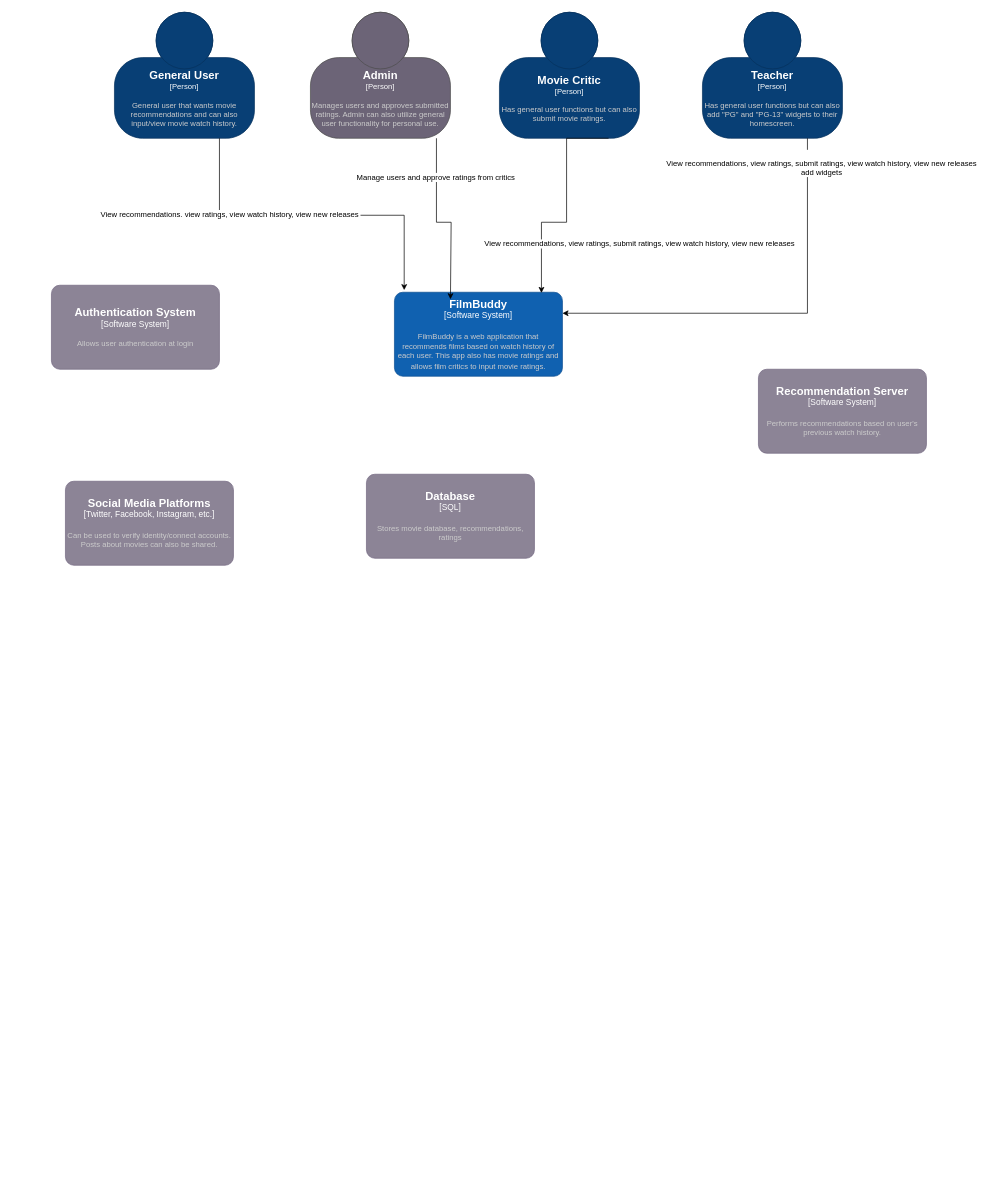
Above: docs/Untitled Diagram.drawio in yaztazz/CYBR8470_FilmBuddy (draw.io), before the change. Source tidied: cells renumbered, new cells numbered last; positions are measured from the earlier drawing's top-left corner, leaving out a move shared by most shapes. Both pictures are drawn from the tidied source at 70%, with x=0, y=0 at pixel (51, 12).
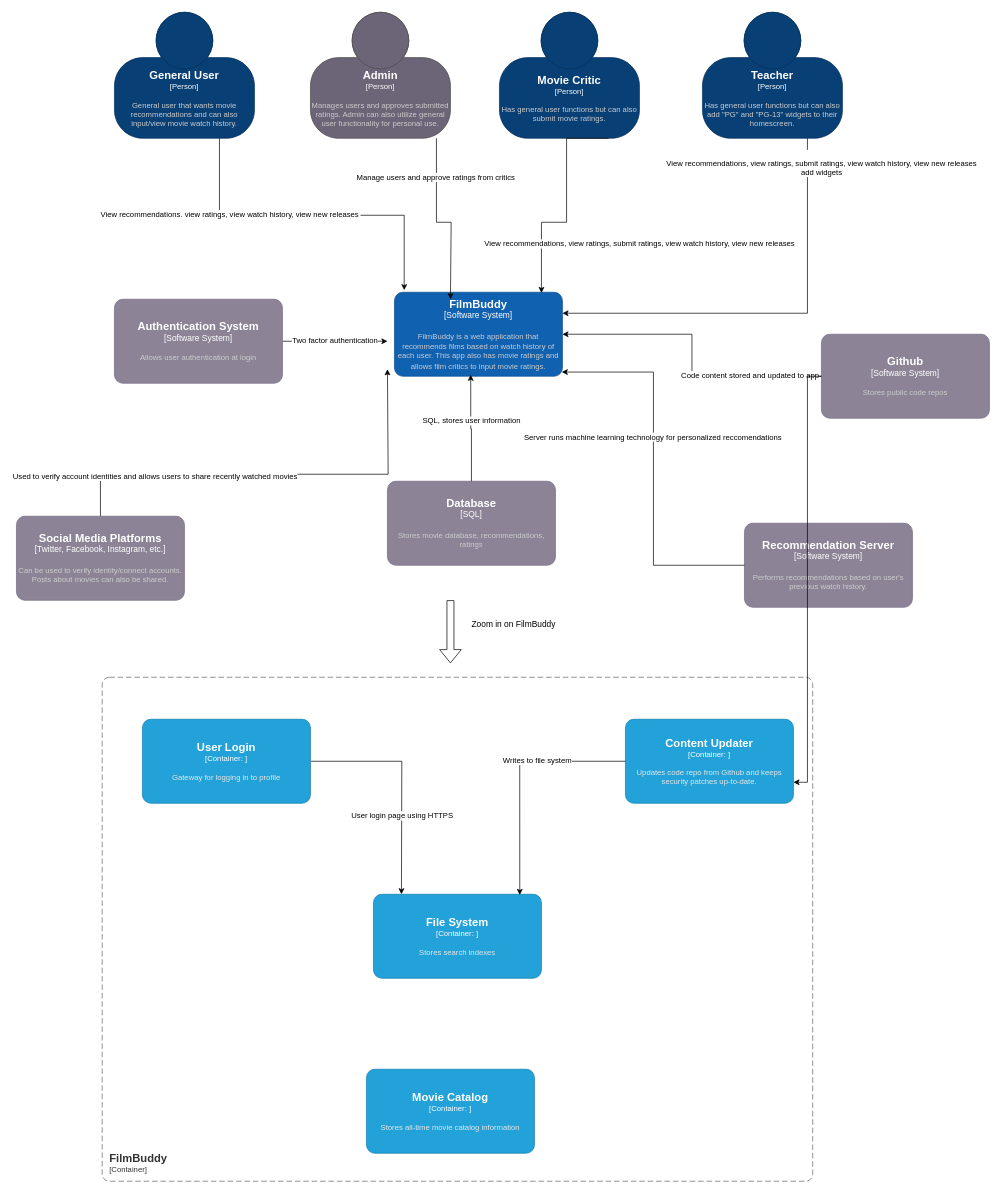
Above is the later version.

The change refers to these unchanged cells:
```xml
<object id="6" label="&lt;font style=&quot;font-size: 16px&quot;&gt;&lt;b&gt;%c4Name%&lt;/b&gt;&lt;/font&gt;&lt;div&gt;[%c4Type%]&lt;/div&gt;&lt;br&gt;&lt;div&gt;&lt;font style=&quot;font-size: 11px&quot;&gt;&lt;font color=&quot;#cccccc&quot;&gt;%c4Description%&lt;/font&gt;&lt;/div&gt;" c4Description="FilmBuddy is a web application that recommends films based on watch history of each user. This app also has movie ratings and allows film critics to input movie ratings. " c4Name="FilmBuddy" c4Type="Software System" placeholders="1">
  <mxCell style="rounded=1;whiteSpace=wrap;html=1;labelBackgroundColor=none;fillColor=#1061B0;fontColor=#ffffff;align=center;arcSize=10;strokeColor=#0D5091;points=[[0.25,0,0],[0.5,0,0],[0.75,0,0],[1,0.25,0],[1,0.5,0],[1,0.75,0],[0.75,1,0],[0.5,1,0],[0.25,1,0],[0,0.75,0],[0,0.5,0],[0,0.25,0]];" parent="1" vertex="1">
    <mxGeometry x="490" y="400" width="240" height="120" as="geometry" />
  </mxCell>
</object>
```

Change to the diagram source:
```diff
@@
+    <mxCell id="18" style="edgeStyle=orthogonalEdgeStyle;rounded=0;jettySize=auto;html=1;" parent="1" edge="1" source="14">
+      <mxGeometry relative="1" as="geometry">
+        <mxPoint x="480" y="470" as="targetPoint" />
+      </mxGeometry>
+    </mxCell>
+    <mxCell id="19" value="Two factor authentication" style="edgeLabel;html=1;align=center;verticalAlign=middle;" parent="18" vertex="1">
+      <mxGeometry x="-0.02" y="2" relative="1" as="geometry" />
+    </mxCell>
     <object id="14" label="&lt;font style=&quot;font-size: 16px&quot;&gt;&lt;b&gt;%c4Name%&lt;/b&gt;&lt;/font&gt;&lt;div&gt;[%c4Type%]&lt;/div&gt;&lt;br&gt;&lt;div&gt;&lt;font style=&quot;font-size: 11px&quot;&gt;&lt;font color=&quot;#cccccc&quot;&gt;%c4Description%&lt;/font&gt;&lt;/div&gt;" c4Description="Allows user authentication at login" c4Name="Authentication System" c4Type="Software System" placeholders="1">
       <mxCell style="rounded=1;whiteSpace=wrap;html=1;labelBackgroundColor=none;fillColor=#8C8496;fontColor=#ffffff;align=center;arcSize=10;strokeColor=#736782;points=[[0.25,0,0],[0.5,0,0],[0.75,0,0],[1,0.25,0],[1,0.5,0],[1,0.75,0],[0.75,1,0],[0.5,1,0],[0.25,1,0],[0,0.75,0],[0,0.5,0],[0,0.25,0]];" parent="1" vertex="1">
-        <mxGeometry y="390" width="240" height="120" as="geometry" />
+        <mxGeometry x="90" y="410" width="240" height="120" as="geometry" />
       </mxCell>
     </object>
+    <mxCell id="20" style="edgeStyle=orthogonalEdgeStyle;rounded=0;jettySize=auto;html=1;" parent="1" edge="1" source="15">
+      <mxGeometry relative="1" as="geometry">
+        <mxPoint x="480" y="510" as="targetPoint" />
+        <Array as="points">
+          <mxPoint x="481" y="660" />
+        </Array>
+      </mxGeometry>
+    </mxCell>
+    <mxCell id="21" value="Used to verify account identities and allows users to share recently watched movies" style="edgeLabel;html=1;align=center;verticalAlign=middle;" parent="20" vertex="1">
+      <mxGeometry x="-0.56" y="-2" relative="1" as="geometry" />
+    </mxCell>
     <object id="15" label="&lt;font style=&quot;font-size: 16px&quot;&gt;&lt;b&gt;%c4Name%&lt;/b&gt;&lt;/font&gt;&lt;div&gt;[%c4Type%]&lt;/div&gt;&lt;br&gt;&lt;div&gt;&lt;font style=&quot;font-size: 11px&quot;&gt;&lt;font color=&quot;#cccccc&quot;&gt;%c4Description%&lt;/font&gt;&lt;/div&gt;" c4Description="Can be used to verify identity/connect accounts. Posts about movies can also be shared. " c4Name="Social Media Platforms" c4Type="Twitter, Facebook, Instagram, etc." placeholders="1">
       <mxCell style="rounded=1;whiteSpace=wrap;html=1;labelBackgroundColor=none;fillColor=#8C8496;fontColor=#ffffff;align=center;arcSize=10;strokeColor=#736782;points=[[0.25,0,0],[0.5,0,0],[0.75,0,0],[1,0.25,0],[1,0.5,0],[1,0.75,0],[0.75,1,0],[0.5,1,0],[0.25,1,0],[0,0.75,0],[0,0.5,0],[0,0.25,0]];" parent="1" vertex="1">
-        <mxGeometry x="20" y="670" width="240" height="120" as="geometry" />
+        <mxGeometry x="-50" y="720" width="240" height="120" as="geometry" />
       </mxCell>
     </object>
     <object id="16" label="&lt;font style=&quot;font-size: 16px&quot;&gt;&lt;b&gt;%c4Name%&lt;/b&gt;&lt;/font&gt;&lt;div&gt;[%c4Type%]&lt;/div&gt;&lt;br&gt;&lt;div&gt;&lt;font style=&quot;font-size: 11px&quot;&gt;&lt;font color=&quot;#cccccc&quot;&gt;%c4Description%&lt;/font&gt;&lt;/div&gt;" c4Description="Stores movie database, recommendations, ratings" c4Name="Database" c4Type="SQL" placeholders="1">
       <mxCell style="rounded=1;whiteSpace=wrap;html=1;labelBackgroundColor=none;fillColor=#8C8496;fontColor=#ffffff;align=center;arcSize=10;strokeColor=#736782;points=[[0.25,0,0],[0.5,0,0],[0.75,0,0],[1,0.25,0],[1,0.5,0],[1,0.75,0],[0.75,1,0],[0.5,1,0],[0.25,1,0],[0,0.75,0],[0,0.5,0],[0,0.25,0]];" parent="1" vertex="1">
-        <mxGeometry x="450" y="660" width="240" height="120" as="geometry" />
+        <mxGeometry x="480" y="670" width="240" height="120" as="geometry" />
       </mxCell>
     </object>
     <object id="17" label="&lt;font style=&quot;font-size: 16px&quot;&gt;&lt;b&gt;%c4Name%&lt;/b&gt;&lt;/font&gt;&lt;div&gt;[%c4Type%]&lt;/div&gt;&lt;br&gt;&lt;div&gt;&lt;font style=&quot;font-size: 11px&quot;&gt;&lt;font color=&quot;#cccccc&quot;&gt;%c4Description%&lt;/font&gt;&lt;/div&gt;" c4Description="Performs recommendations based on user's previous watch history. " c4Name="Recommendation Server" c4Type="Software System" placeholders="1">
       <mxCell style="rounded=1;whiteSpace=wrap;html=1;labelBackgroundColor=none;fillColor=#8C8496;fontColor=#ffffff;align=center;arcSize=10;strokeColor=#736782;points=[[0.25,0,0],[0.5,0,0],[0.75,0,0],[1,0.25,0],[1,0.5,0],[1,0.75,0],[0.75,1,0],[0.5,1,0],[0.25,1,0],[0,0.75,0],[0,0.5,0],[0,0.25,0]];" parent="1" vertex="1">
-        <mxGeometry x="1010" y="510" width="240" height="120" as="geometry" />
+        <mxGeometry x="990" y="730" width="240" height="120" as="geometry" />
       </mxCell>
     </object>
+    <object id="22" label="&lt;font style=&quot;font-size: 16px&quot;&gt;&lt;b&gt;&lt;div style=&quot;text-align: left&quot;&gt;%c4Name%&lt;/div&gt;&lt;/b&gt;&lt;/font&gt;&lt;div style=&quot;text-align: left&quot;&gt;[%c4Application%]&lt;/div&gt;" c4Application="Container" c4Name="FilmBuddy" placeholders="1">
+      <mxCell style="rounded=1;fontSize=11;whiteSpace=wrap;html=1;dashed=1;arcSize=20;fillColor=none;strokeColor=#666666;fontColor=#333333;labelBackgroundColor=none;align=left;verticalAlign=bottom;labelBorderColor=none;spacingTop=0;spacing=10;dashPattern=8 4;perimeter=rectanglePerimeter;noLabel=0;labelPadding=0;absoluteArcSize=1;" parent="1" vertex="1">
+        <mxGeometry x="72.5" y="950" width="1015" height="720" as="geometry" />
+      </mxCell>
+    </object>
+    <mxCell id="23" style="shape=flexArrow;endArrow=classic;html=1;rounded=0;" parent="1" edge="1">
+      <mxGeometry relative="1" as="geometry">
+        <mxPoint x="570" y="840" as="sourcePoint" />
+        <mxPoint x="570" y="930" as="targetPoint" />
+      </mxGeometry>
+    </mxCell>
+    <mxCell id="24" value="Zoom in on FilmBuddy" style="text;html=1;align=center;verticalAlign=middle;strokeColor=none;fillColor=none;" parent="1" vertex="1">
+      <mxGeometry x="590" y="860" width="140" height="30" as="geometry" />
+    </mxCell>
+    <mxCell id="25" style="edgeStyle=orthogonalEdgeStyle;rounded=0;jettySize=auto;html=1;" parent="1" edge="1" source="27">
+      <mxGeometry relative="1" as="geometry">
+        <mxPoint x="500" y="1260" as="targetPoint" />
+      </mxGeometry>
+    </mxCell>
+    <mxCell id="26" value="User login page using HTTPS" style="edgeLabel;html=1;align=center;verticalAlign=middle;" parent="25" vertex="1">
+      <mxGeometry x="0.3" relative="1" as="geometry" />
+    </mxCell>
+    <object id="27" label="&lt;font style=&quot;font-size: 16px&quot;&gt;&lt;b&gt;%c4Name%&lt;/b&gt;&lt;/font&gt;&lt;div&gt;[%c4Type%: %c4Technology%]&lt;/div&gt;&lt;br&gt;&lt;div&gt;&lt;font style=&quot;font-size: 11px&quot;&gt;&lt;font color=&quot;#E6E6E6&quot;&gt;%c4Description%&lt;/font&gt;&lt;/div&gt;" c4Description="Gateway for logging in to profile" c4Name="User Login" c4Technology="" c4Type="Container" placeholders="1">
+      <mxCell style="rounded=1;whiteSpace=wrap;html=1;fontSize=11;labelBackgroundColor=none;fillColor=#23A2D9;fontColor=#ffffff;align=center;arcSize=10;strokeColor=#0E7DAD;points=[[0.25,0,0],[0.5,0,0],[0.75,0,0],[1,0.25,0],[1,0.5,0],[1,0.75,0],[0.75,1,0],[0.5,1,0],[0.25,1,0],[0,0.75,0],[0,0.5,0],[0,0.25,0]];" parent="1" vertex="1">
+        <mxGeometry x="130" y="1010" width="240" height="120" as="geometry" />
+      </mxCell>
+    </object>
+    <object id="28" label="&lt;font style=&quot;font-size: 16px&quot;&gt;&lt;b&gt;%c4Name%&lt;/b&gt;&lt;/font&gt;&lt;div&gt;[%c4Type%: %c4Technology%]&lt;/div&gt;&lt;br&gt;&lt;div&gt;&lt;font style=&quot;font-size: 11px&quot;&gt;&lt;font color=&quot;#E6E6E6&quot;&gt;%c4Description%&lt;/font&gt;&lt;/div&gt;" c4Description="Updates code repo from Github and keeps security patches up-to-date." c4Name="Content Updater" c4Technology="" c4Type="Container" placeholders="1">
+      <mxCell style="rounded=1;whiteSpace=wrap;html=1;fontSize=11;labelBackgroundColor=none;fillColor=#23A2D9;fontColor=#ffffff;align=center;arcSize=10;strokeColor=#0E7DAD;points=[[0.25,0,0],[0.5,0,0],[0.75,0,0],[1,0.25,0],[1,0.5,0],[1,0.75,0],[0.75,1,0],[0.5,1,0],[0.25,1,0],[0,0.75,0],[0,0.5,0],[0,0.25,0]];" parent="1" vertex="1">
+        <mxGeometry x="820" y="1010" width="240" height="120" as="geometry" />
+      </mxCell>
+    </object>
+    <object id="29" label="&lt;font style=&quot;font-size: 16px&quot;&gt;&lt;b&gt;%c4Name%&lt;/b&gt;&lt;/font&gt;&lt;div&gt;[%c4Type%: %c4Technology%]&lt;/div&gt;&lt;br&gt;&lt;div&gt;&lt;font style=&quot;font-size: 11px&quot;&gt;&lt;font color=&quot;#E6E6E6&quot;&gt;%c4Description%&lt;/font&gt;&lt;/div&gt;" c4Description="Stores search indexes" c4Name="File System" c4Technology="" c4Type="Container" placeholders="1">
+      <mxCell style="rounded=1;whiteSpace=wrap;html=1;fontSize=11;labelBackgroundColor=none;fillColor=#23A2D9;fontColor=#ffffff;align=center;arcSize=10;strokeColor=#0E7DAD;points=[[0.25,0,0],[0.5,0,0],[0.75,0,0],[1,0.25,0],[1,0.5,0],[1,0.75,0],[0.75,1,0],[0.5,1,0],[0.25,1,0],[0,0.75,0],[0,0.5,0],[0,0.25,0]];" parent="1" vertex="1">
+        <mxGeometry x="460" y="1260" width="240" height="120" as="geometry" />
+      </mxCell>
+    </object>
+    <object id="30" label="&lt;font style=&quot;font-size: 16px&quot;&gt;&lt;b&gt;%c4Name%&lt;/b&gt;&lt;/font&gt;&lt;div&gt;[%c4Type%: %c4Technology%]&lt;/div&gt;&lt;br&gt;&lt;div&gt;&lt;font style=&quot;font-size: 11px&quot;&gt;&lt;font color=&quot;#E6E6E6&quot;&gt;%c4Description%&lt;/font&gt;&lt;/div&gt;" c4Description="Stores all-time movie catalog information" c4Name="Movie Catalog" c4Technology="" c4Type="Container" placeholders="1">
+      <mxCell style="rounded=1;whiteSpace=wrap;html=1;fontSize=11;labelBackgroundColor=none;fillColor=#23A2D9;fontColor=#ffffff;align=center;arcSize=10;strokeColor=#0E7DAD;" parent="1" vertex="1">
+        <mxGeometry x="450" y="1510" width="240" height="120" as="geometry" />
+      </mxCell>
+    </object>
+    <mxCell id="31" style="edgeStyle=orthogonalEdgeStyle;rounded=0;jettySize=auto;html=1;entryX=0.454;entryY=0.983;entryDx=0;entryDy=0;entryPerimeter=0;" parent="1" edge="1" source="16" target="6">
+      <mxGeometry relative="1" as="geometry" />
+    </mxCell>
+    <mxCell id="32" value="SQL, stores user information" style="edgeLabel;html=1;align=center;verticalAlign=middle;" parent="31" vertex="1">
+      <mxGeometry x="0.14" y="-1" relative="1" as="geometry" />
+    </mxCell>
+    <mxCell id="33" style="edgeStyle=orthogonalEdgeStyle;rounded=0;jettySize=auto;html=1;entryX=0.996;entryY=0.95;entryDx=0;entryDy=0;entryPerimeter=0;" parent="1" edge="1" source="17" target="6">
+      <mxGeometry relative="1" as="geometry" />
+    </mxCell>
+    <mxCell id="34" value="Server runs machine learning technology for personalized reccomendations" style="edgeLabel;html=1;align=center;verticalAlign=middle;" parent="33" vertex="1">
+      <mxGeometry x="0.17" y="2" relative="1" as="geometry" />
+    </mxCell>
+    <mxCell id="35" style="edgeStyle=orthogonalEdgeStyle;rounded=0;jettySize=auto;html=1;entryX=0.871;entryY=0.008;entryDx=0;entryDy=0;entryPerimeter=0;" parent="1" edge="1" source="28" target="29">
+      <mxGeometry relative="1" as="geometry" />
+    </mxCell>
+    <mxCell id="36" value="Writes to file system" style="edgeLabel;html=1;align=center;verticalAlign=middle;" parent="35" vertex="1">
+      <mxGeometry x="-0.26" y="-2" relative="1" as="geometry" />
+    </mxCell>
+    <object id="37" label="&lt;font style=&quot;font-size: 16px&quot;&gt;&lt;b&gt;%c4Name%&lt;/b&gt;&lt;/font&gt;&lt;div&gt;[%c4Type%]&lt;/div&gt;&lt;br&gt;&lt;div&gt;&lt;font style=&quot;font-size: 11px&quot;&gt;&lt;font color=&quot;#cccccc&quot;&gt;%c4Description%&lt;/font&gt;&lt;/div&gt;" c4Description="Stores public code repos" c4Name="Github" c4Type="Software System" placeholders="1">
+      <mxCell style="rounded=1;whiteSpace=wrap;html=1;labelBackgroundColor=none;fillColor=#8C8496;fontColor=#ffffff;align=center;arcSize=10;strokeColor=#736782;points=[[0.25,0,0],[0.5,0,0],[0.75,0,0],[1,0.25,0],[1,0.5,0],[1,0.75,0],[0.75,1,0],[0.5,1,0],[0.25,1,0],[0,0.75,0],[0,0.5,0],[0,0.25,0]];" parent="1" vertex="1">
+        <mxGeometry x="1100" y="460" width="240" height="120" as="geometry" />
+      </mxCell>
+    </object>
+    <mxCell id="38" style="edgeStyle=orthogonalEdgeStyle;rounded=0;jettySize=auto;html=1;entryX=1;entryY=0.5;entryDx=0;entryDy=0;entryPerimeter=0;" parent="1" edge="1" source="37" target="6">
+      <mxGeometry relative="1" as="geometry" />
+    </mxCell>
+    <mxCell id="39" value="Code content stored and updated to app" style="edgeLabel;html=1;align=center;verticalAlign=middle;" parent="38" vertex="1">
+      <mxGeometry x="-0.52" y="-2" relative="1" as="geometry" />
+    </mxCell>
+    <mxCell id="40" style="edgeStyle=orthogonalEdgeStyle;rounded=0;jettySize=auto;html=1;entryX=1;entryY=0.75;entryDx=0;entryDy=0;entryPerimeter=0;" parent="1" edge="1" source="37" target="28">
+      <mxGeometry relative="1" as="geometry" />
+    </mxCell>
```
